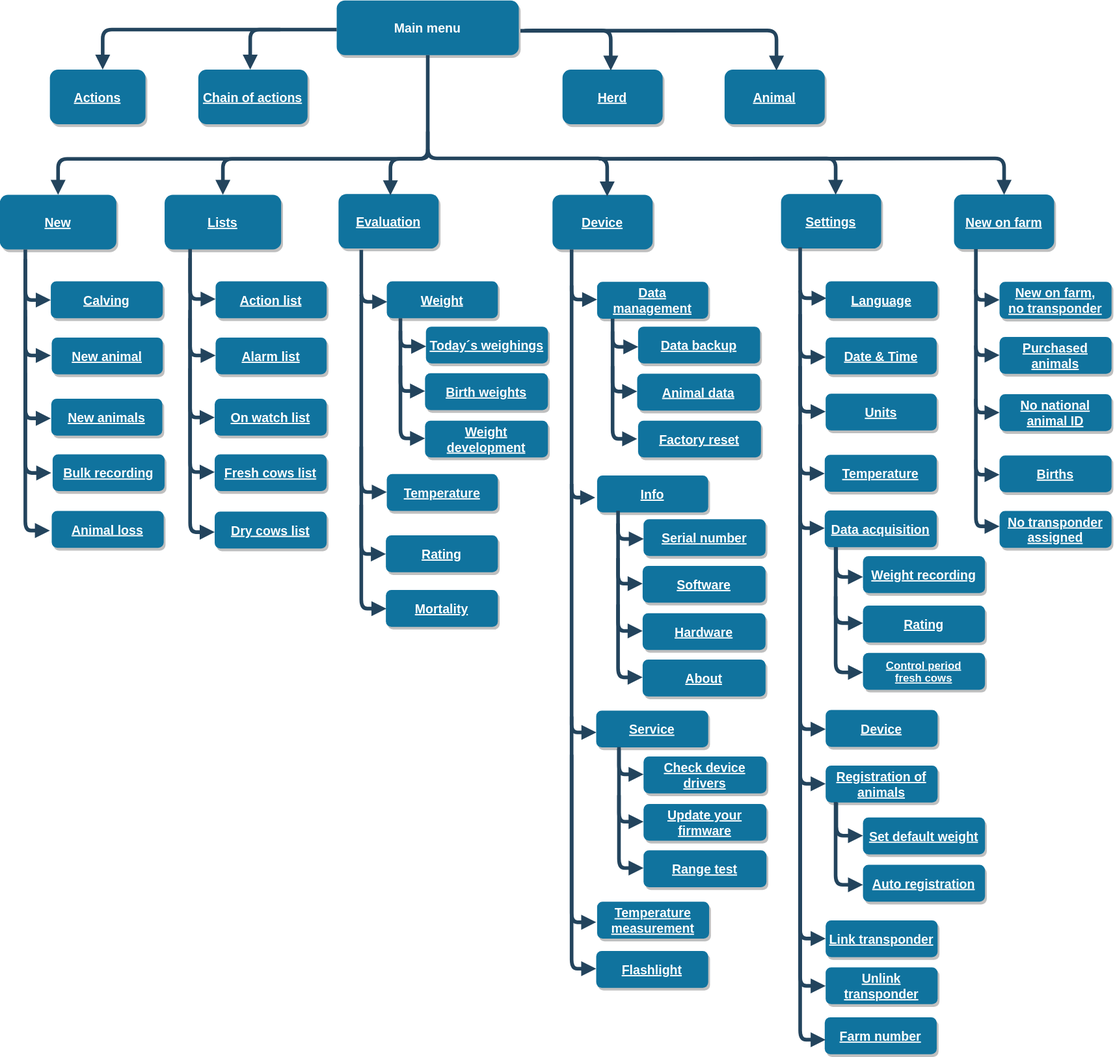
This is content/zh/docs/menu/menu-tree.svg from erjoh001/vitalcontrol.de, a draw.io export, as it was before one commit. Source tidied: cells renumbered, new cells last; positions are measured from the earlier drawing's top-left corner, leaving out a move shared by most shapes.
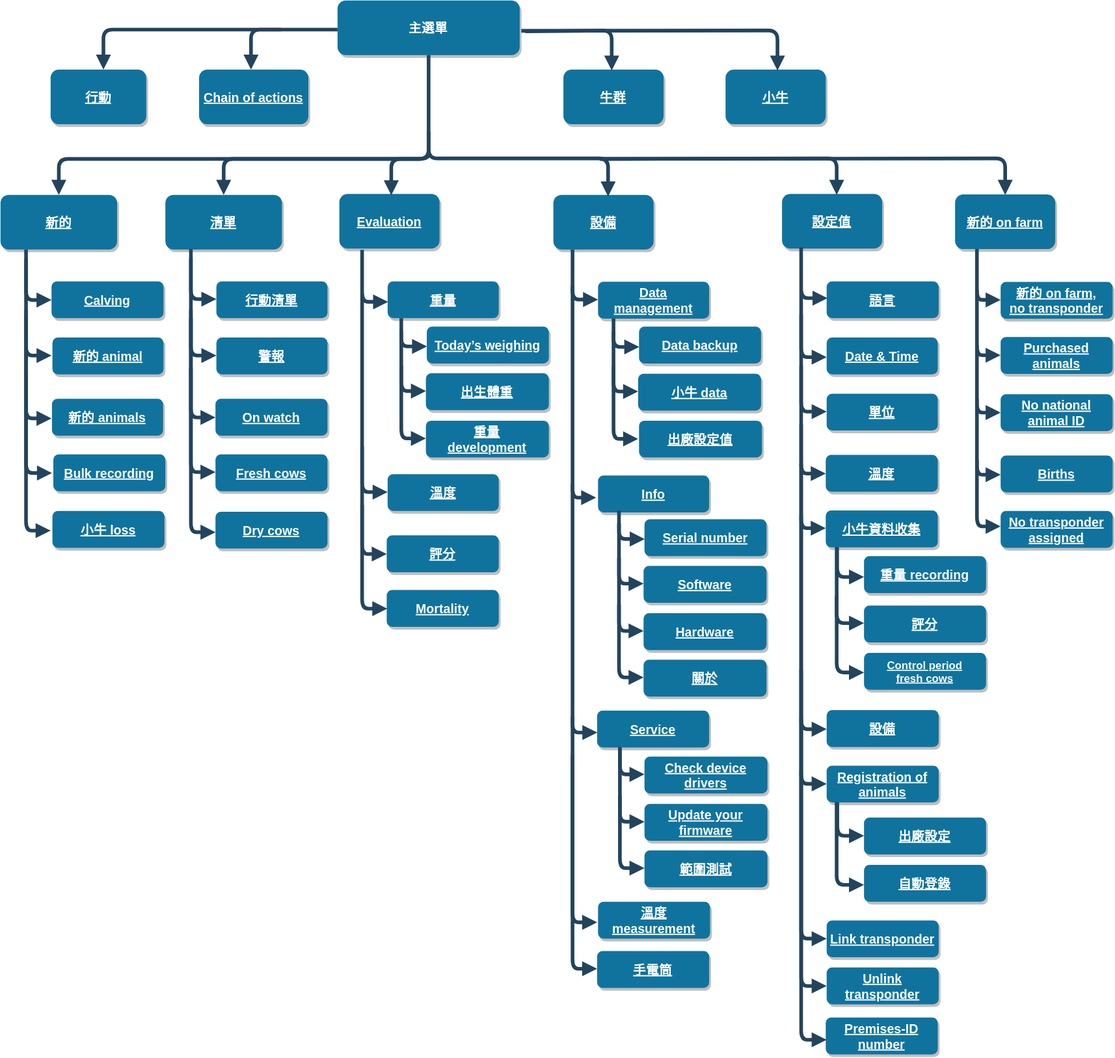
Above is the later version.

What changed in the source:
```diff
@@ -4,12 +4,12 @@
     <mxCell id="1" parent="0" />
-    <mxCell id="2" value="Main menu" style="rounded=1;fillColor=#10739E;strokeColor=none;shadow=1;gradientColor=none;fontStyle=1;fontColor=#FFFFFF;fontSize=14;" parent="1" vertex="1">
+    <mxCell id="2" value="主選單 " style="rounded=1;fillColor=#10739E;strokeColor=none;shadow=1;gradientColor=none;fontStyle=1;fontColor=#FFFFFF;fontSize=14;" parent="1" vertex="1">
       <mxGeometry x="395" width="200" height="60" as="geometry" />
     </mxCell>
-    <mxCell id="3" value="New" style="rounded=1;fillColor=#10739E;strokeColor=none;shadow=1;gradientColor=none;fontStyle=5;fontColor=#FFFFFF;fontSize=14;" parent="1" vertex="1">
+    <mxCell id="3" value="新的" style="rounded=1;fillColor=#10739E;strokeColor=none;shadow=1;gradientColor=none;fontStyle=5;fontColor=#FFFFFF;fontSize=14;" parent="1" vertex="1">
       <mxGeometry x="25" y="213.5" width="128" height="60" as="geometry" />
     </mxCell>
-    <mxCell id="4" value="Lists" style="rounded=1;fillColor=#10739E;strokeColor=none;shadow=1;gradientColor=none;fontStyle=5;fontColor=#FFFFFF;fontSize=14;" parent="1" vertex="1">
+    <mxCell id="4" value="清單" style="rounded=1;fillColor=#10739E;strokeColor=none;shadow=1;gradientColor=none;fontStyle=5;fontColor=#FFFFFF;fontSize=14;" parent="1" vertex="1">
       <mxGeometry x="206" y="213.5" width="128" height="60" as="geometry" />
     </mxCell>
-    <mxCell id="5" value="Actions" style="rounded=1;fillColor=#10739E;strokeColor=none;shadow=1;gradientColor=none;fontStyle=5;fontColor=#FFFFFF;fontSize=14;" parent="1" vertex="1">
+    <mxCell id="5" value="行動" style="rounded=1;fillColor=#10739E;strokeColor=none;shadow=1;gradientColor=none;fontStyle=5;fontColor=#FFFFFF;fontSize=14;" parent="1" vertex="1">
       <mxGeometry x="80" y="76" width="105" height="60" as="geometry" />
@@ -62,12 +62,12 @@
     </mxCell>
-    <mxCell id="12" value="Action list" style="rounded=1;fillColor=#10739E;strokeColor=none;shadow=1;gradientColor=none;fontStyle=5;fontColor=#FFFFFF;fontSize=14;" parent="1" vertex="1">
+    <mxCell id="12" value="行動清單" style="rounded=1;fillColor=#10739E;strokeColor=none;shadow=1;gradientColor=none;fontStyle=5;fontColor=#FFFFFF;fontSize=14;" parent="1" vertex="1">
       <mxGeometry x="262" y="308.5" width="122" height="40.5" as="geometry" />
     </mxCell>
-    <mxCell id="13" value="Alarm list" style="rounded=1;fillColor=#10739E;strokeColor=none;shadow=1;gradientColor=none;fontStyle=5;fontColor=#FFFFFF;fontSize=14;" parent="1" vertex="1">
+    <mxCell id="13" value="警報" style="rounded=1;fillColor=#10739E;strokeColor=none;shadow=1;gradientColor=none;fontStyle=5;fontColor=#FFFFFF;fontSize=14;" parent="1" vertex="1">
       <mxGeometry x="262" y="370.2" width="122" height="40.5" as="geometry" />
     </mxCell>
-    <mxCell id="14" value="On watch list" style="rounded=1;fillColor=#10739E;strokeColor=none;shadow=1;gradientColor=none;fontStyle=5;fontColor=#FFFFFF;fontSize=14;" parent="1" vertex="1">
+    <mxCell id="14" value="On watch" style="rounded=1;fillColor=#10739E;strokeColor=none;shadow=1;gradientColor=none;fontStyle=5;fontColor=#FFFFFF;fontSize=14;" parent="1" vertex="1">
       <mxGeometry x="261" y="437.5" width="123" height="40.5" as="geometry" />
     </mxCell>
-    <mxCell id="15" value="Fresh cows list" style="rounded=1;fillColor=#10739E;strokeColor=none;shadow=1;gradientColor=none;fontStyle=5;fontColor=#FFFFFF;fontSize=14;" parent="1" vertex="1">
+    <mxCell id="15" value="Fresh cows" style="rounded=1;fillColor=#10739E;strokeColor=none;shadow=1;gradientColor=none;fontStyle=5;fontColor=#FFFFFF;fontSize=14;" parent="1" vertex="1">
       <mxGeometry x="261" y="498.5" width="123" height="40.5" as="geometry" />
@@ -111,6 +111,6 @@
     </mxCell>
-    <mxCell id="20" value="Dry cows list" style="rounded=1;fillColor=#10739E;strokeColor=none;shadow=1;gradientColor=none;fontStyle=5;fontColor=#FFFFFF;fontSize=14;" parent="1" vertex="1">
+    <mxCell id="20" value="Dry cows" style="rounded=1;fillColor=#10739E;strokeColor=none;shadow=1;gradientColor=none;fontStyle=5;fontColor=#FFFFFF;fontSize=14;" parent="1" vertex="1">
       <mxGeometry x="261" y="561.5" width="123" height="40.5" as="geometry" />
     </mxCell>
-    <mxCell id="21" value="Herd" style="rounded=1;fillColor=#10739E;strokeColor=none;shadow=1;gradientColor=none;fontStyle=5;fontColor=#FFFFFF;fontSize=14;" parent="1" vertex="1">
+    <mxCell id="21" value="牛群" style="rounded=1;fillColor=#10739E;strokeColor=none;shadow=1;gradientColor=none;fontStyle=5;fontColor=#FFFFFF;fontSize=14;" parent="1" vertex="1">
       <mxGeometry x="643" y="76" width="110" height="60" as="geometry" />
@@ -120,9 +120,9 @@
     </mxCell>
-    <mxCell id="23" value="Device" style="rounded=1;fillColor=#10739E;strokeColor=none;shadow=1;gradientColor=none;fontStyle=5;fontColor=#FFFFFF;fontSize=14;" parent="1" vertex="1">
+    <mxCell id="23" value="設備" style="rounded=1;fillColor=#10739E;strokeColor=none;shadow=1;gradientColor=none;fontStyle=5;fontColor=#FFFFFF;fontSize=14;" parent="1" vertex="1">
       <mxGeometry x="632" y="213.5" width="110" height="60" as="geometry" />
     </mxCell>
-    <mxCell id="24" value="Settings" style="rounded=1;fillColor=#10739E;strokeColor=none;shadow=1;gradientColor=none;fontStyle=5;fontColor=#FFFFFF;fontSize=14;" parent="1" vertex="1">
+    <mxCell id="24" value="設定值" style="rounded=1;fillColor=#10739E;strokeColor=none;shadow=1;gradientColor=none;fontStyle=5;fontColor=#FFFFFF;fontSize=14;" parent="1" vertex="1">
       <mxGeometry x="883" y="212.5" width="110" height="60" as="geometry" />
     </mxCell>
-    <mxCell id="25" value="Animal" style="rounded=1;fillColor=#10739E;strokeColor=none;shadow=1;gradientColor=none;fontStyle=5;fontColor=#FFFFFF;fontSize=14;" parent="1" vertex="1">
+    <mxCell id="25" value="小牛" style="rounded=1;fillColor=#10739E;strokeColor=none;shadow=1;gradientColor=none;fontStyle=5;fontColor=#FFFFFF;fontSize=14;" parent="1" vertex="1">
       <mxGeometry x="821" y="76" width="110" height="60" as="geometry" />
@@ -139,9 +139,9 @@
     </mxCell>
-    <mxCell id="27" value="Weight" style="rounded=1;fillColor=#10739E;strokeColor=none;shadow=1;gradientColor=none;fontStyle=5;fontColor=#FFFFFF;fontSize=14;" parent="1" vertex="1">
+    <mxCell id="27" value="重量" style="rounded=1;fillColor=#10739E;strokeColor=none;shadow=1;gradientColor=none;fontStyle=5;fontColor=#FFFFFF;fontSize=14;" parent="1" vertex="1">
       <mxGeometry x="450" y="308.5" width="122" height="40.5" as="geometry" />
     </mxCell>
-    <mxCell id="28" value="Temperature" style="rounded=1;fillColor=#10739E;strokeColor=none;shadow=1;gradientColor=none;fontStyle=5;fontColor=#FFFFFF;fontSize=14;" parent="1" vertex="1">
+    <mxCell id="28" value="溫度" style="rounded=1;fillColor=#10739E;strokeColor=none;shadow=1;gradientColor=none;fontStyle=5;fontColor=#FFFFFF;fontSize=14;" parent="1" vertex="1">
       <mxGeometry x="450" y="520.2" width="122" height="40.5" as="geometry" />
     </mxCell>
-    <mxCell id="29" value="Rating" style="rounded=1;fillColor=#10739E;strokeColor=none;shadow=1;gradientColor=none;fontStyle=5;fontColor=#FFFFFF;fontSize=14;" parent="1" vertex="1">
+    <mxCell id="29" value="評分" style="rounded=1;fillColor=#10739E;strokeColor=none;shadow=1;gradientColor=none;fontStyle=5;fontColor=#FFFFFF;fontSize=14;" parent="1" vertex="1">
       <mxGeometry x="449" y="587.5" width="123" height="40.5" as="geometry" />
@@ -190,9 +190,9 @@
     </mxCell>
-    <mxCell id="35" value="Today´s weighings" style="rounded=1;fillColor=#10739E;strokeColor=none;shadow=1;gradientColor=none;fontStyle=5;fontColor=#FFFFFF;fontSize=14;" parent="1" vertex="1">
+    <mxCell id="35" value="Today’s weighing" style="rounded=1;fillColor=#10739E;strokeColor=none;shadow=1;gradientColor=none;fontStyle=5;fontColor=#FFFFFF;fontSize=14;" parent="1" vertex="1">
       <mxGeometry x="493" y="358.2" width="134" height="40.5" as="geometry" />
     </mxCell>
-    <mxCell id="36" value="Birth weights" style="rounded=1;fillColor=#10739E;strokeColor=none;shadow=1;gradientColor=none;fontStyle=5;fontColor=#FFFFFF;fontSize=14;" parent="1" vertex="1">
+    <mxCell id="36" value="出生體重" style="rounded=1;fillColor=#10739E;strokeColor=none;shadow=1;gradientColor=none;fontStyle=5;fontColor=#FFFFFF;fontSize=14;" parent="1" vertex="1">
       <mxGeometry x="492" y="409.5" width="135" height="40.5" as="geometry" />
     </mxCell>
-    <mxCell id="37" value="Weight&#10;development" style="rounded=1;fillColor=#10739E;strokeColor=none;shadow=1;gradientColor=none;fontStyle=5;fontColor=#FFFFFF;fontSize=14;" parent="1" vertex="1">
+    <mxCell id="37" value="重量&#10;development" style="rounded=1;fillColor=#10739E;strokeColor=none;shadow=1;gradientColor=none;fontStyle=5;fontColor=#FFFFFF;fontSize=14;" parent="1" vertex="1">
       <mxGeometry x="492" y="461.5" width="135" height="40.5" as="geometry" />
@@ -249,3 +249,3 @@
     </mxCell>
-    <mxCell id="45" value="Temperature&#10;measurement" style="rounded=1;fillColor=#10739E;strokeColor=none;shadow=1;gradientColor=none;fontStyle=5;fontColor=#FFFFFF;fontSize=14;" parent="1" vertex="1">
+    <mxCell id="45" value="溫度&#10;measurement" style="rounded=1;fillColor=#10739E;strokeColor=none;shadow=1;gradientColor=none;fontStyle=5;fontColor=#FFFFFF;fontSize=14;" parent="1" vertex="1">
       <mxGeometry x="681" y="990" width="123" height="40.5" as="geometry" />
@@ -288,3 +288,3 @@
     </mxCell>
-    <mxCell id="50" value="Flashlight" style="rounded=1;fillColor=#10739E;strokeColor=none;shadow=1;gradientColor=none;fontStyle=5;fontColor=#FFFFFF;fontSize=14;" parent="1" vertex="1">
+    <mxCell id="50" value="手電筒" style="rounded=1;fillColor=#10739E;strokeColor=none;shadow=1;gradientColor=none;fontStyle=5;fontColor=#FFFFFF;fontSize=14;" parent="1" vertex="1">
       <mxGeometry x="680" y="1044" width="123" height="40.5" as="geometry" />
@@ -304,3 +304,3 @@
     </mxCell>
-    <mxCell id="53" value="Animal data" style="rounded=1;fillColor=#10739E;strokeColor=none;shadow=1;gradientColor=none;fontStyle=5;fontColor=#FFFFFF;fontSize=14;" parent="1" vertex="1">
+    <mxCell id="53" value="小牛 data" style="rounded=1;fillColor=#10739E;strokeColor=none;shadow=1;gradientColor=none;fontStyle=5;fontColor=#FFFFFF;fontSize=14;" parent="1" vertex="1">
       <mxGeometry x="725" y="410" width="135" height="40.5" as="geometry" />
@@ -339,3 +339,3 @@
     </mxCell>
-    <mxCell id="57" value="Factory reset" style="rounded=1;fillColor=#10739E;strokeColor=none;shadow=1;gradientColor=none;fontStyle=5;fontColor=#FFFFFF;fontSize=14;" parent="1" vertex="1">
+    <mxCell id="57" value="出廠設定值" style="rounded=1;fillColor=#10739E;strokeColor=none;shadow=1;gradientColor=none;fontStyle=5;fontColor=#FFFFFF;fontSize=14;" parent="1" vertex="1">
       <mxGeometry x="726" y="461.5" width="135" height="40.5" as="geometry" />
@@ -383,3 +383,3 @@
     </mxCell>
-    <mxCell id="64" value="About" style="rounded=1;fillColor=#10739E;strokeColor=none;shadow=1;gradientColor=none;fontStyle=5;fontColor=#FFFFFF;fontSize=14;" parent="1" vertex="1">
+    <mxCell id="64" value="關於" style="rounded=1;fillColor=#10739E;strokeColor=none;shadow=1;gradientColor=none;fontStyle=5;fontColor=#FFFFFF;fontSize=14;" parent="1" vertex="1">
       <mxGeometry x="731" y="724" width="135" height="40.5" as="geometry" />
@@ -422,3 +422,3 @@
     </mxCell>
-    <mxCell id="70" value="Range test" style="rounded=1;fillColor=#10739E;strokeColor=none;shadow=1;gradientColor=none;fontStyle=5;fontColor=#FFFFFF;fontSize=14;" parent="1" vertex="1">
+    <mxCell id="70" value="範圍測試" style="rounded=1;fillColor=#10739E;strokeColor=none;shadow=1;gradientColor=none;fontStyle=5;fontColor=#FFFFFF;fontSize=14;" parent="1" vertex="1">
       <mxGeometry x="732" y="933.5" width="135" height="40.5" as="geometry" />
@@ -438,9 +438,9 @@
     </mxCell>
-    <mxCell id="73" value="Units" style="rounded=1;fillColor=#10739E;strokeColor=none;shadow=1;gradientColor=none;fontStyle=5;fontColor=#FFFFFF;fontSize=14;" parent="1" vertex="1">
+    <mxCell id="73" value="單位" style="rounded=1;fillColor=#10739E;strokeColor=none;shadow=1;gradientColor=none;fontStyle=5;fontColor=#FFFFFF;fontSize=14;" parent="1" vertex="1">
       <mxGeometry x="932" y="431.9" width="122" height="40.5" as="geometry" />
     </mxCell>
-    <mxCell id="74" value="Temperature" style="rounded=1;fillColor=#10739E;strokeColor=none;shadow=1;gradientColor=none;fontStyle=5;fontColor=#FFFFFF;fontSize=14;" parent="1" vertex="1">
+    <mxCell id="74" value="溫度" style="rounded=1;fillColor=#10739E;strokeColor=none;shadow=1;gradientColor=none;fontStyle=5;fontColor=#FFFFFF;fontSize=14;" parent="1" vertex="1">
       <mxGeometry x="931" y="499.1" width="123" height="40.5" as="geometry" />
     </mxCell>
-    <mxCell id="75" value="Data acquisition" style="rounded=1;fillColor=#10739E;strokeColor=none;shadow=1;gradientColor=none;fontStyle=5;fontColor=#FFFFFF;fontSize=14;" parent="1" vertex="1">
+    <mxCell id="75" value="小牛資料收集" style="rounded=1;fillColor=#10739E;strokeColor=none;shadow=1;gradientColor=none;fontStyle=5;fontColor=#FFFFFF;fontSize=14;" parent="1" vertex="1">
       <mxGeometry x="931" y="560.1" width="123" height="40.5" as="geometry" />
@@ -495,3 +495,3 @@
     </mxCell>
-    <mxCell id="82" value="Weight recording" style="rounded=1;fillColor=#10739E;strokeColor=none;shadow=1;gradientColor=none;fontStyle=5;fontColor=#FFFFFF;fontSize=14;" parent="1" vertex="1">
+    <mxCell id="82" value="重量 recording" style="rounded=1;fillColor=#10739E;strokeColor=none;shadow=1;gradientColor=none;fontStyle=5;fontColor=#FFFFFF;fontSize=14;" parent="1" vertex="1">
       <mxGeometry x="973" y="610.4" width="134" height="40.5" as="geometry" />
@@ -510,3 +510,3 @@
     </mxCell>
-    <mxCell id="84" value="Set default weight" style="rounded=1;fillColor=#10739E;strokeColor=none;shadow=1;gradientColor=none;fontStyle=5;fontColor=#FFFFFF;fontSize=14;" parent="1" vertex="1">
+    <mxCell id="84" value="出廠設定" style="rounded=1;fillColor=#10739E;strokeColor=none;shadow=1;gradientColor=none;fontStyle=5;fontColor=#FFFFFF;fontSize=14;" parent="1" vertex="1">
       <mxGeometry x="973" y="897.4" width="134" height="40.5" as="geometry" />
@@ -589,6 +589,6 @@
     </mxCell>
-    <mxCell id="94" value="New animals" style="rounded=1;fillColor=#10739E;strokeColor=none;shadow=1;gradientColor=none;fontStyle=5;fontColor=#FFFFFF;fontSize=14;" parent="1" vertex="1">
+    <mxCell id="94" value="新的 animals" style="rounded=1;fillColor=#10739E;strokeColor=none;shadow=1;gradientColor=none;fontStyle=5;fontColor=#FFFFFF;fontSize=14;" parent="1" vertex="1">
       <mxGeometry x="81.5" y="437.5" width="122" height="40.5" as="geometry" />
     </mxCell>
-    <mxCell id="95" value="New animal" style="rounded=1;fillColor=#10739E;strokeColor=none;shadow=1;gradientColor=none;fontStyle=5;fontColor=#FFFFFF;fontSize=14;" parent="1" vertex="1">
+    <mxCell id="95" value="新的 animal" style="rounded=1;fillColor=#10739E;strokeColor=none;shadow=1;gradientColor=none;fontStyle=5;fontColor=#FFFFFF;fontSize=14;" parent="1" vertex="1">
       <mxGeometry x="82" y="370.2" width="122" height="40.5" as="geometry" />
@@ -608,6 +608,6 @@
     </mxCell>
-    <mxCell id="98" value="Animal loss" style="rounded=1;fillColor=#10739E;strokeColor=none;shadow=1;gradientColor=none;fontStyle=5;fontColor=#FFFFFF;fontSize=14;" parent="1" vertex="1">
+    <mxCell id="98" value="小牛 loss" style="rounded=1;fillColor=#10739E;strokeColor=none;shadow=1;gradientColor=none;fontStyle=5;fontColor=#FFFFFF;fontSize=14;" parent="1" vertex="1">
       <mxGeometry x="82" y="560.8" width="123" height="40.5" as="geometry" />
     </mxCell>
-    <mxCell id="99" value="Rating" style="rounded=1;fillColor=#10739E;strokeColor=none;shadow=1;gradientColor=none;fontStyle=5;fontColor=#FFFFFF;fontSize=14;" parent="1" vertex="1">
+    <mxCell id="99" value="評分" style="rounded=1;fillColor=#10739E;strokeColor=none;shadow=1;gradientColor=none;fontStyle=5;fontColor=#FFFFFF;fontSize=14;" parent="1" vertex="1">
       <mxGeometry x="973" y="664.6" width="134" height="40.5" as="geometry" />
@@ -641,3 +641,3 @@
     </mxCell>
-    <mxCell id="103" value="Device" style="rounded=1;fillColor=#10739E;strokeColor=none;shadow=1;gradientColor=none;fontStyle=5;fontColor=#FFFFFF;fontSize=14;" parent="1" vertex="1">
+    <mxCell id="103" value="設備" style="rounded=1;fillColor=#10739E;strokeColor=none;shadow=1;gradientColor=none;fontStyle=5;fontColor=#FFFFFF;fontSize=14;" parent="1" vertex="1">
       <mxGeometry x="932" y="779.4" width="123" height="40.5" as="geometry" />
@@ -653,3 +653,3 @@
     </mxCell>
-    <mxCell id="105" value="Auto registration" style="rounded=1;fillColor=#10739E;strokeColor=none;shadow=1;gradientColor=none;fontStyle=5;fontColor=#FFFFFF;fontSize=14;" parent="1" vertex="1">
+    <mxCell id="105" value="自動登錄" style="rounded=1;fillColor=#10739E;strokeColor=none;shadow=1;gradientColor=none;fontStyle=5;fontColor=#FFFFFF;fontSize=14;" parent="1" vertex="1">
       <mxGeometry x="973" y="949.4" width="134" height="40.5" as="geometry" />
@@ -680,3 +680,3 @@
     </mxCell>
-    <mxCell id="109" value="Farm number" style="rounded=1;fillColor=#10739E;strokeColor=none;shadow=1;gradientColor=none;fontStyle=5;fontColor=#FFFFFF;fontSize=14;" parent="1" vertex="1">
+    <mxCell id="109" value="Premises-ID&#10;number" style="rounded=1;fillColor=#10739E;strokeColor=none;shadow=1;gradientColor=none;fontStyle=5;fontColor=#FFFFFF;fontSize=14;" parent="1" vertex="1">
       <mxGeometry x="931" y="1117" width="123" height="40.5" as="geometry" />
@@ -693,3 +693,3 @@
     </mxCell>
-    <mxCell id="111" value="Language" style="rounded=1;fillColor=#10739E;strokeColor=none;shadow=1;gradientColor=none;fontStyle=5;fontColor=#FFFFFF;fontSize=14;" parent="1" vertex="1">
+    <mxCell id="111" value="語言" style="rounded=1;fillColor=#10739E;strokeColor=none;shadow=1;gradientColor=none;fontStyle=5;fontColor=#FFFFFF;fontSize=14;" parent="1" vertex="1">
       <mxGeometry x="932" y="308.5" width="123" height="40.5" as="geometry" />
@@ -705,3 +705,3 @@
     </mxCell>
-    <mxCell id="113" value="New on farm" style="rounded=1;fillColor=#10739E;strokeColor=none;shadow=1;gradientColor=none;fontStyle=5;fontColor=#FFFFFF;fontSize=14;" parent="1" vertex="1">
+    <mxCell id="113" value="新的 on farm" style="rounded=1;fillColor=#10739E;strokeColor=none;shadow=1;gradientColor=none;fontStyle=5;fontColor=#FFFFFF;fontSize=14;" parent="1" vertex="1">
       <mxGeometry x="1073" y="213.1" width="110" height="60" as="geometry" />
@@ -716,3 +716,3 @@
     </mxCell>
-    <mxCell id="115" value="New on farm,&#10;no transponder" style="rounded=1;fillColor=#10739E;strokeColor=none;shadow=1;gradientColor=none;fontStyle=5;fontColor=#FFFFFF;fontSize=14;" parent="1" vertex="1">
+    <mxCell id="115" value="新的 on farm,&#10;no transponder" style="rounded=1;fillColor=#10739E;strokeColor=none;shadow=1;gradientColor=none;fontStyle=5;fontColor=#FFFFFF;fontSize=14;" parent="1" vertex="1">
       <mxGeometry x="1123" y="309.1" width="123" height="40.5" as="geometry" />
```
